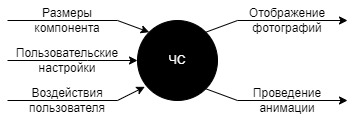
The draw.io diagram Доп. материалы/плакат 1.png in iamiwak/tinder-list, before a commit. Source tidied: cells renumbered, new cells last; positions are measured from the earlier drawing's top-left corner, leaving out a move shared by most shapes. Source of this version:
```xml
<mxGraphModel>
  <root>
    <mxCell id="0" />
    <mxCell id="1" parent="0" />
    <mxCell id="2" value="&lt;font color=&quot;#ffffff&quot;&gt;ЧС&lt;/font&gt;" style="ellipse;whiteSpace=wrap;html=1;fillColor=#000;" parent="1" vertex="1">
      <mxGeometry x="130" y="20" width="80" height="80" as="geometry" />
    </mxCell>
    <mxCell id="3" style="endArrow=classic;html=1;rounded=0;fontColor=#fff;entryX=0;entryY=0;entryDx=0;entryDy=0;" parent="1" edge="1" target="2">
      <mxGeometry relative="1" as="geometry">
        <mxPoint y="20" as="sourcePoint" />
        <Array as="points">
          <mxPoint x="110" y="20" />
        </Array>
      </mxGeometry>
    </mxCell>
    <mxCell id="4" style="endArrow=classic;html=1;rounded=0;fontColor=#fff;entryX=0;entryY=0.5;entryDx=0;entryDy=0;" parent="1" edge="1" target="2">
      <mxGeometry relative="1" as="geometry">
        <mxPoint y="60" as="sourcePoint" />
        <Array as="points">
          <mxPoint x="80" y="60" />
        </Array>
      </mxGeometry>
    </mxCell>
    <mxCell id="5" style="endArrow=classic;html=1;rounded=0;fontColor=#fff;entryX=0.091;entryY=0.829;entryDx=0;entryDy=0;entryPerimeter=0;" parent="1" edge="1" target="2">
      <mxGeometry relative="1" as="geometry">
        <mxPoint y="100" as="sourcePoint" />
        <Array as="points">
          <mxPoint x="110" y="100" />
        </Array>
      </mxGeometry>
    </mxCell>
    <mxCell id="6" value="&lt;span style=&quot;&quot;&gt;Размеры&lt;/span&gt;&lt;br style=&quot;&quot;&gt;&lt;span style=&quot;&quot;&gt;компонента&lt;/span&gt;" style="text;html=1;strokeColor=none;fillColor=none;align=center;verticalAlign=middle;whiteSpace=wrap;rounded=0;fontColor=#000000;" parent="1" vertex="1">
      <mxGeometry x="30" width="60" height="40" as="geometry" />
    </mxCell>
    <mxCell id="7" value="Пользовательские&lt;br&gt;настройки" style="text;html=1;strokeColor=none;fillColor=none;align=center;verticalAlign=middle;whiteSpace=wrap;rounded=0;fontColor=#000000;" parent="1" vertex="1">
      <mxGeometry x="30" y="40" width="60" height="40" as="geometry" />
    </mxCell>
    <mxCell id="8" value="Воздействия&lt;br&gt;пользователя" style="text;html=1;strokeColor=none;fillColor=none;align=center;verticalAlign=middle;whiteSpace=wrap;rounded=0;fontColor=#000000;" parent="1" vertex="1">
      <mxGeometry x="30" y="80" width="60" height="40" as="geometry" />
    </mxCell>
    <mxCell id="9" style="endArrow=classic;html=1;rounded=0;fontColor=#fff;exitX=1;exitY=0;exitDx=0;exitDy=0;" parent="1" edge="1" source="2">
      <mxGeometry relative="1" as="geometry">
        <mxPoint x="340" y="20" as="targetPoint" />
        <Array as="points">
          <mxPoint x="230" y="20" />
        </Array>
      </mxGeometry>
    </mxCell>
    <mxCell id="10" style="endArrow=classic;html=1;rounded=0;fontColor=#fff;exitX=1;exitY=1;exitDx=0;exitDy=0;" parent="1" edge="1" source="2">
      <mxGeometry relative="1" as="geometry">
        <mxPoint x="340" y="100" as="targetPoint" />
        <Array as="points">
          <mxPoint x="230" y="100" />
        </Array>
      </mxGeometry>
    </mxCell>
    <mxCell id="11" value="Отображение&lt;br&gt;фотографий" style="text;html=1;strokeColor=none;fillColor=none;align=center;verticalAlign=middle;whiteSpace=wrap;rounded=0;fontColor=#000000;" parent="1" vertex="1">
      <mxGeometry x="250" width="60" height="40" as="geometry" />
    </mxCell>
    <mxCell id="12" value="Проведение&lt;br&gt;анимации" style="text;html=1;strokeColor=none;fillColor=none;align=center;verticalAlign=middle;whiteSpace=wrap;rounded=0;fontColor=#000000;" parent="1" vertex="1">
      <mxGeometry x="250" y="80" width="60" height="40" as="geometry" />
    </mxCell>
  </root>
</mxGraphModel>
```
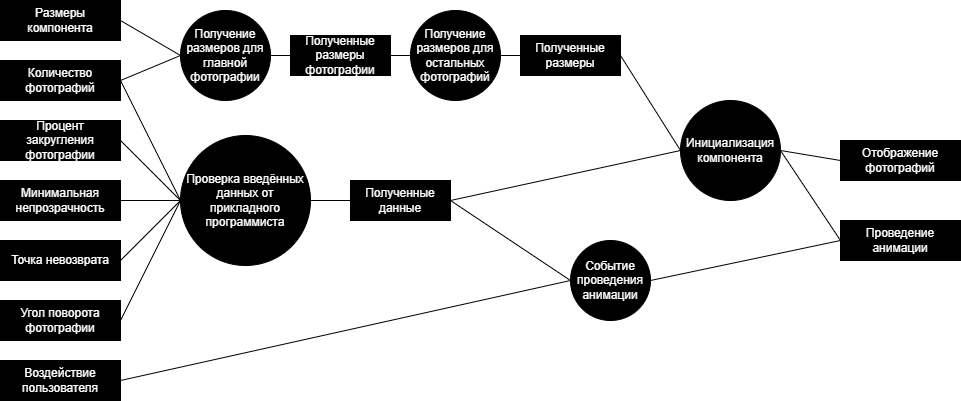
After the change.

Commit message:
добавление доп. материалов

Diff of the diagram source:
```diff
@@ -2,63 +2,113 @@
   <root>
     <mxCell id="0" />
     <mxCell id="1" parent="0" />
-    <mxCell id="2" value="&lt;font color=&quot;#ffffff&quot;&gt;ЧС&lt;/font&gt;" style="ellipse;whiteSpace=wrap;html=1;fillColor=#000;" parent="1" vertex="1">
-      <mxGeometry x="130" y="20" width="80" height="80" as="geometry" />
-    </mxCell>
-    <mxCell id="3" style="endArrow=classic;html=1;rounded=0;fontColor=#fff;entryX=0;entryY=0;entryDx=0;entryDy=0;" parent="1" edge="1" target="2">
-      <mxGeometry relative="1" as="geometry">
-        <mxPoint y="20" as="sourcePoint" />
-        <Array as="points">
-          <mxPoint x="110" y="20" />
-        </Array>
-      </mxGeometry>
-    </mxCell>
-    <mxCell id="4" style="endArrow=classic;html=1;rounded=0;fontColor=#fff;entryX=0;entryY=0.5;entryDx=0;entryDy=0;" parent="1" edge="1" target="2">
-      <mxGeometry relative="1" as="geometry">
-        <mxPoint y="60" as="sourcePoint" />
-        <Array as="points">
-          <mxPoint x="80" y="60" />
-        </Array>
-      </mxGeometry>
-    </mxCell>
-    <mxCell id="5" style="endArrow=classic;html=1;rounded=0;fontColor=#fff;entryX=0.091;entryY=0.829;entryDx=0;entryDy=0;entryPerimeter=0;" parent="1" edge="1" target="2">
-      <mxGeometry relative="1" as="geometry">
-        <mxPoint y="100" as="sourcePoint" />
-        <Array as="points">
-          <mxPoint x="110" y="100" />
-        </Array>
-      </mxGeometry>
-    </mxCell>
-    <mxCell id="6" value="&lt;span style=&quot;&quot;&gt;Размеры&lt;/span&gt;&lt;br style=&quot;&quot;&gt;&lt;span style=&quot;&quot;&gt;компонента&lt;/span&gt;" style="text;html=1;strokeColor=none;fillColor=none;align=center;verticalAlign=middle;whiteSpace=wrap;rounded=0;fontColor=#000000;" parent="1" vertex="1">
-      <mxGeometry x="30" width="60" height="40" as="geometry" />
+    <mxCell id="6" value="Размеры компонента" style="rounded=0;whiteSpace=wrap;html=1;fillColor=#000000;fontColor=#FFFFFF;" parent="1" vertex="1">
+      <mxGeometry x="-590" y="-140" width="120" height="40" as="geometry" />
     </mxCell>
-    <mxCell id="7" value="Пользовательские&lt;br&gt;настройки" style="text;html=1;strokeColor=none;fillColor=none;align=center;verticalAlign=middle;whiteSpace=wrap;rounded=0;fontColor=#000000;" parent="1" vertex="1">
-      <mxGeometry x="30" y="40" width="60" height="40" as="geometry" />
-    </mxCell>
-    <mxCell id="8" value="Воздействия&lt;br&gt;пользователя" style="text;html=1;strokeColor=none;fillColor=none;align=center;verticalAlign=middle;whiteSpace=wrap;rounded=0;fontColor=#000000;" parent="1" vertex="1">
-      <mxGeometry x="30" y="80" width="60" height="40" as="geometry" />
-    </mxCell>
-    <mxCell id="9" style="endArrow=classic;html=1;rounded=0;fontColor=#fff;exitX=1;exitY=0;exitDx=0;exitDy=0;" parent="1" edge="1" source="2">
-      <mxGeometry relative="1" as="geometry">
-        <mxPoint x="340" y="20" as="targetPoint" />
-        <Array as="points">
-          <mxPoint x="230" y="20" />
-        </Array>
-      </mxGeometry>
-    </mxCell>
-    <mxCell id="10" style="endArrow=classic;html=1;rounded=0;fontColor=#fff;exitX=1;exitY=1;exitDx=0;exitDy=0;" parent="1" edge="1" source="2">
-      <mxGeometry relative="1" as="geometry">
-        <mxPoint x="340" y="100" as="targetPoint" />
-        <Array as="points">
-          <mxPoint x="230" y="100" />
-        </Array>
-      </mxGeometry>
-    </mxCell>
+    <mxCell id="13" value="Воздействие пользователя" style="rounded=0;whiteSpace=wrap;html=1;fillColor=#000000;fontColor=#FFFFFF;" parent="1" vertex="1">
+      <mxGeometry x="-590" y="220" width="120" height="40" as="geometry" />
+    </mxCell>
+    <mxCell id="12" value="Проведение анимации" style="rounded=0;whiteSpace=wrap;html=1;fillColor=#000000;fontColor=#FFFFFF;" parent="1" vertex="1">
+      <mxGeometry x="250" y="80" width="120" height="40" as="geometry" />
+    </mxCell>
-    <mxCell id="11" value="Отображение&lt;br&gt;фотографий" style="text;html=1;strokeColor=none;fillColor=none;align=center;verticalAlign=middle;whiteSpace=wrap;rounded=0;fontColor=#000000;" parent="1" vertex="1">
-      <mxGeometry x="250" width="60" height="40" as="geometry" />
+    <mxCell id="11" value="Отображение фотографий" style="rounded=0;whiteSpace=wrap;html=1;fillColor=#000000;fontColor=#FFFFFF;" parent="1" vertex="1">
+      <mxGeometry x="250" width="120" height="40" as="geometry" />
     </mxCell>
-    <mxCell id="12" value="Проведение&lt;br&gt;анимации" style="text;html=1;strokeColor=none;fillColor=none;align=center;verticalAlign=middle;whiteSpace=wrap;rounded=0;fontColor=#000000;" parent="1" vertex="1">
-      <mxGeometry x="250" y="80" width="60" height="40" as="geometry" />
-    </mxCell>
+    <mxCell id="14" style="edgeStyle=orthogonalEdgeStyle;rounded=0;orthogonalLoop=1;jettySize=auto;html=1;exitX=0.25;exitY=1;exitDx=0;exitDy=0;entryX=0.25;entryY=0.5;entryDx=0;entryDy=0;entryPerimeter=0;fontColor=#FFFFFF;" parent="1" edge="1" source="12" target="12">
+      <mxGeometry relative="1" as="geometry" />
+    </mxCell>
+    <mxCell id="15" value="Получение размеров для главной фотографии" style="ellipse;whiteSpace=wrap;html=1;fontColor=#FFFFFF;fillColor=#000000;" parent="1" vertex="1">
+      <mxGeometry x="-410" y="-130" width="90" height="90" as="geometry" />
+    </mxCell>
+    <mxCell id="16" value="Инициализация компонента" style="ellipse;whiteSpace=wrap;html=1;fontColor=#FFFFFF;fillColor=#000000;" parent="1" vertex="1">
+      <mxGeometry x="90" y="-40" width="100" height="100" as="geometry" />
+    </mxCell>
+    <mxCell id="17" value="Событие проведения анимации" style="ellipse;whiteSpace=wrap;html=1;fontColor=#FFFFFF;fillColor=#000000;" parent="1" vertex="1">
+      <mxGeometry x="-20" y="100" width="80" height="80" as="geometry" />
+    </mxCell>
+    <mxCell id="18" style="endArrow=none;html=1;rounded=0;fontColor=#FFFFFF;exitX=1;exitY=0.5;exitDx=0;exitDy=0;entryX=0;entryY=0.5;entryDx=0;entryDy=0;" parent="1" edge="1" source="13" target="17">
+      <mxGeometry relative="1" as="geometry" />
+    </mxCell>
+    <mxCell id="19" style="endArrow=none;html=1;rounded=0;fontColor=#FFFFFF;entryX=0;entryY=0.5;entryDx=0;entryDy=0;exitX=1;exitY=0.5;exitDx=0;exitDy=0;" parent="1" edge="1" source="17" target="12">
+      <mxGeometry relative="1" as="geometry" />
+    </mxCell>
+    <mxCell id="20" style="endArrow=none;html=1;rounded=0;fontColor=#FFFFFF;entryX=1;entryY=0.5;entryDx=0;entryDy=0;exitX=0;exitY=0.5;exitDx=0;exitDy=0;" parent="1" edge="1" source="15" target="6">
+      <mxGeometry relative="1" as="geometry" />
+    </mxCell>
+    <mxCell id="21" style="endArrow=none;html=1;rounded=0;fontColor=#FFFFFF;entryX=1;entryY=0.5;entryDx=0;entryDy=0;exitX=0;exitY=0.5;exitDx=0;exitDy=0;" parent="1" edge="1" source="11" target="16">
+      <mxGeometry relative="1" as="geometry" />
+    </mxCell>
+    <mxCell id="22" value="Полученные размеры фотографии" style="rounded=0;whiteSpace=wrap;html=1;fontColor=#FFFFFF;fillColor=#000000;" parent="1" vertex="1">
+      <mxGeometry x="-300" y="-105" width="100" height="40" as="geometry" />
+    </mxCell>
+    <mxCell id="23" style="endArrow=none;html=1;rounded=0;fontColor=#FFFFFF;entryX=1;entryY=0.5;entryDx=0;entryDy=0;exitX=0;exitY=0.5;exitDx=0;exitDy=0;" parent="1" edge="1" source="22" target="15">
+      <mxGeometry relative="1" as="geometry" />
+    </mxCell>
+    <mxCell id="24" value="Минимальная непрозрачность" style="rounded=0;whiteSpace=wrap;html=1;fillColor=#000000;fontColor=#FFFFFF;" parent="1" vertex="1">
+      <mxGeometry x="-590" y="40" width="120" height="40" as="geometry" />
+    </mxCell>
+    <mxCell id="25" value="Угол поворота фотографии" style="rounded=0;whiteSpace=wrap;html=1;fillColor=#000000;fontColor=#FFFFFF;" parent="1" vertex="1">
+      <mxGeometry x="-590" y="160" width="120" height="40" as="geometry" />
+    </mxCell>
+    <mxCell id="26" value="Количество фотографий" style="rounded=0;whiteSpace=wrap;html=1;fillColor=#000000;fontColor=#FFFFFF;" parent="1" vertex="1">
+      <mxGeometry x="-590" y="-80" width="120" height="40" as="geometry" />
+    </mxCell>
+    <mxCell id="27" value="Процент закругления фотографии" style="rounded=0;whiteSpace=wrap;html=1;fillColor=#000000;fontColor=#FFFFFF;" parent="1" vertex="1">
+      <mxGeometry x="-590" y="-20" width="120" height="40" as="geometry" />
+    </mxCell>
+    <mxCell id="28" value="Проверка введённых данных от прикладного программиста" style="ellipse;whiteSpace=wrap;html=1;fillColor=#000000;labelBackgroundColor=none;fontColor=#FFFFFF;" parent="1" vertex="1">
+      <mxGeometry x="-410" y="-5" width="130" height="130" as="geometry" />
+    </mxCell>
+    <mxCell id="29" style="endArrow=none;html=1;rounded=0;fontColor=#FFFFFF;exitX=1;exitY=0.5;exitDx=0;exitDy=0;entryX=0;entryY=0.5;entryDx=0;entryDy=0;" parent="1" edge="1" source="27" target="28">
+      <mxGeometry relative="1" as="geometry" />
+    </mxCell>
+    <mxCell id="30" style="endArrow=none;html=1;rounded=0;fontColor=#FFFFFF;exitX=1;exitY=0.5;exitDx=0;exitDy=0;entryX=0;entryY=0.5;entryDx=0;entryDy=0;" parent="1" edge="1" source="26" target="28">
+      <mxGeometry relative="1" as="geometry" />
+    </mxCell>
+    <mxCell id="31" style="endArrow=none;html=1;rounded=0;fontColor=#FFFFFF;exitX=1;exitY=0.5;exitDx=0;exitDy=0;entryX=0;entryY=0.5;entryDx=0;entryDy=0;" parent="1" edge="1" source="25" target="28">
+      <mxGeometry relative="1" as="geometry" />
+    </mxCell>
+    <mxCell id="32" style="endArrow=none;html=1;rounded=0;fontColor=#FFFFFF;exitX=1;exitY=0.5;exitDx=0;exitDy=0;entryX=0;entryY=0.5;entryDx=0;entryDy=0;" parent="1" edge="1" source="37" target="28">
+      <mxGeometry relative="1" as="geometry" />
+    </mxCell>
+    <mxCell id="33" style="endArrow=none;html=1;rounded=0;fontColor=#FFFFFF;exitX=1;exitY=0.5;exitDx=0;exitDy=0;entryX=0;entryY=0.5;entryDx=0;entryDy=0;" parent="1" edge="1" source="24" target="28">
+      <mxGeometry relative="1" as="geometry" />
+    </mxCell>
+    <mxCell id="34" value="Полученные данные" style="rounded=0;whiteSpace=wrap;html=1;labelBackgroundColor=none;fontColor=#FFFFFF;fillColor=#000000;" parent="1" vertex="1">
+      <mxGeometry x="-240" y="40" width="100" height="40" as="geometry" />
+    </mxCell>
+    <mxCell id="35" style="endArrow=none;html=1;rounded=0;fontColor=#FFFFFF;exitX=1;exitY=0.5;exitDx=0;exitDy=0;entryX=0;entryY=0.5;entryDx=0;entryDy=0;" parent="1" edge="1" source="28" target="34">
+      <mxGeometry relative="1" as="geometry" />
+    </mxCell>
+    <mxCell id="36" style="endArrow=none;html=1;rounded=0;fontColor=#FFFFFF;exitX=1;exitY=0.5;exitDx=0;exitDy=0;entryX=0;entryY=0.5;entryDx=0;entryDy=0;" parent="1" edge="1" source="34" target="16">
+      <mxGeometry relative="1" as="geometry" />
+    </mxCell>
+    <mxCell id="37" value="Точка невозврата" style="rounded=0;whiteSpace=wrap;html=1;fillColor=#000000;fontColor=#FFFFFF;" parent="1" vertex="1">
+      <mxGeometry x="-590" y="100" width="120" height="40" as="geometry" />
+    </mxCell>
+    <mxCell id="38" style="endArrow=none;html=1;rounded=0;fontColor=#FFFFFF;exitX=1;exitY=0.5;exitDx=0;exitDy=0;entryX=0;entryY=0.5;entryDx=0;entryDy=0;" parent="1" edge="1" source="26" target="15">
+      <mxGeometry relative="1" as="geometry" />
+    </mxCell>
+    <mxCell id="39" value="Получение размеров для остальных фотографий" style="ellipse;whiteSpace=wrap;html=1;labelBackgroundColor=none;fontColor=#FFFFFF;fillColor=#000000;" parent="1" vertex="1">
+      <mxGeometry x="-180" y="-130" width="90" height="90" as="geometry" />
+    </mxCell>
+    <mxCell id="40" style="endArrow=none;html=1;rounded=0;fontColor=#FFFFFF;exitX=1;exitY=0.5;exitDx=0;exitDy=0;entryX=0;entryY=0.5;entryDx=0;entryDy=0;" parent="1" edge="1" source="22" target="39">
+      <mxGeometry relative="1" as="geometry" />
+    </mxCell>
+    <mxCell id="41" value="Полученные размеры" style="rounded=0;whiteSpace=wrap;html=1;fontColor=#FFFFFF;fillColor=#000000;" parent="1" vertex="1">
+      <mxGeometry x="-70" y="-105" width="100" height="40" as="geometry" />
+    </mxCell>
+    <mxCell id="42" style="endArrow=none;html=1;rounded=0;fontColor=#FFFFFF;exitX=1;exitY=0.5;exitDx=0;exitDy=0;entryX=0;entryY=0.5;entryDx=0;entryDy=0;" parent="1" edge="1" source="39" target="41">
+      <mxGeometry relative="1" as="geometry" />
+    </mxCell>
+    <mxCell id="43" style="endArrow=none;html=1;rounded=0;fontColor=#FFFFFF;exitX=1;exitY=0.5;exitDx=0;exitDy=0;entryX=0;entryY=0.5;entryDx=0;entryDy=0;" parent="1" edge="1" source="41" target="16">
+      <mxGeometry relative="1" as="geometry" />
+    </mxCell>
+    <mxCell id="44" style="endArrow=none;html=1;rounded=0;fontColor=#FFFFFF;exitX=1;exitY=0.5;exitDx=0;exitDy=0;entryX=0;entryY=0.5;entryDx=0;entryDy=0;" parent="1" edge="1" source="16" target="12">
+      <mxGeometry relative="1" as="geometry" />
+    </mxCell>
+    <mxCell id="45" style="endArrow=none;html=1;rounded=0;fontColor=#FFFFFF;exitX=1;exitY=0.5;exitDx=0;exitDy=0;entryX=0;entryY=0.5;entryDx=0;entryDy=0;" parent="1" edge="1" source="34" target="17">
+      <mxGeometry relative="1" as="geometry" />
+    </mxCell>
   </root>
 </mxGraphModel>
```
